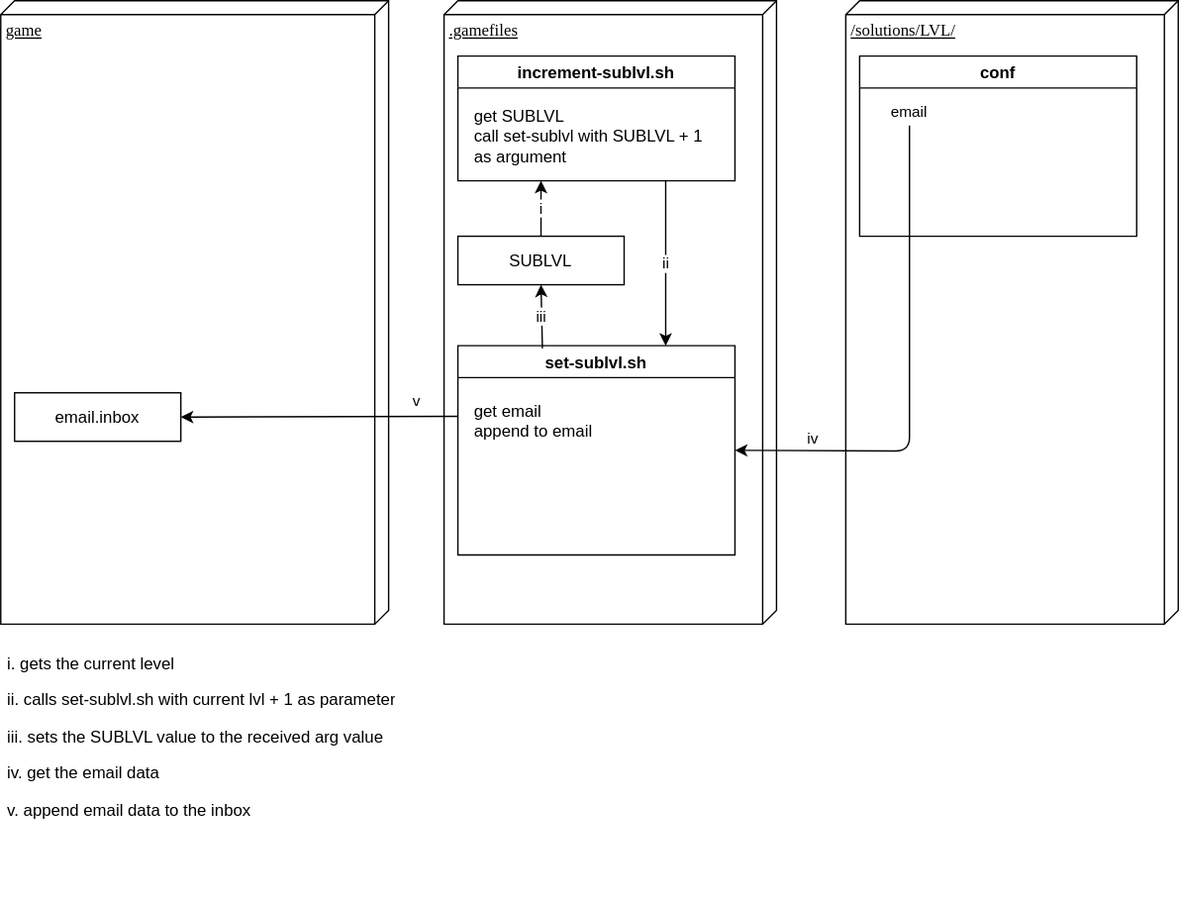
The draw.io diagram increment-sublevel.svg in ruanha/the-git-gud-game, before a commit. Source tidied: cells renumbered, new cells last; positions are measured from the earlier drawing's top-left corner, leaving out a move shared by most shapes.
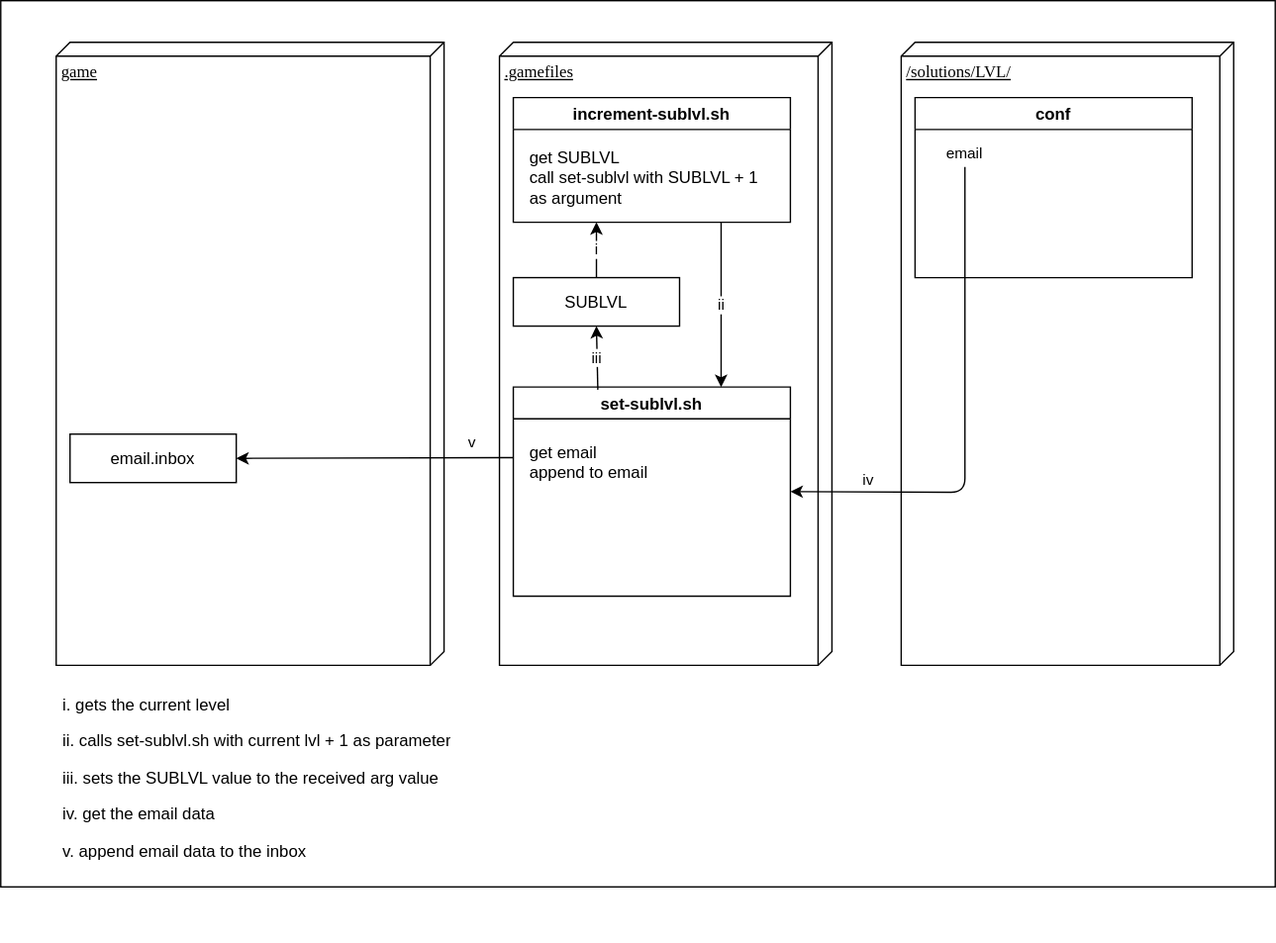
The same file after the commit.

Commit message:
Update increment-sublevel.svg with white background

What changed in the source:
```diff
@@ -2,6 +2,9 @@
   <root>
     <mxCell id="0" />
     <mxCell id="1" parent="0" />
+    <mxCell id="19" style="rounded=0;whiteSpace=wrap;html=1;" parent="1" vertex="1">
+      <mxGeometry x="-40" y="-30" width="920" height="640" as="geometry" />
+    </mxCell>
     <mxCell id="2" value="game" style="verticalAlign=top;align=left;spacingTop=8;spacingLeft=2;spacingRight=12;shape=cube;size=10;direction=south;fontStyle=4;html=1;rounded=0;shadow=0;comic=0;labelBackgroundColor=none;strokeWidth=1;fontFamily=Verdana;fontSize=12;" parent="1" vertex="1">
       <mxGeometry width="280" height="450" as="geometry" />
     </mxCell>
```
